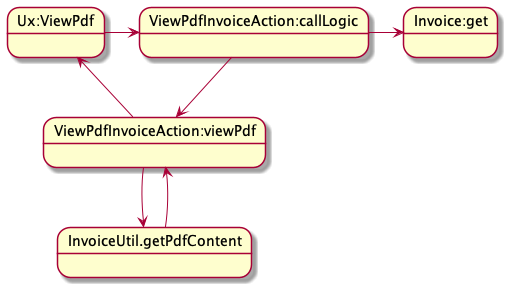
The PlantUML diagram Hubble-Project-Notes/images/04-invoice-pdf-generation.png in cb-manick/hubble, before a commit.
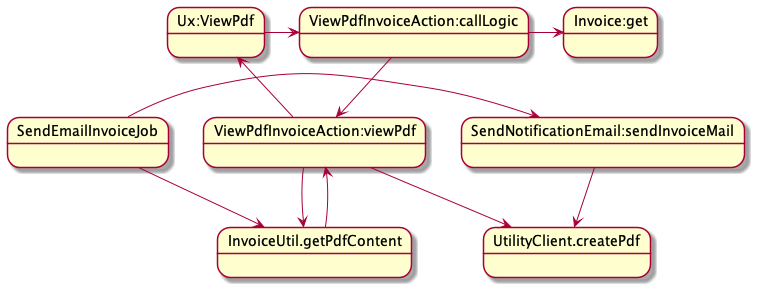
Later version of the same file.

Diff of the diagram source:
```diff
@@ -1,8 +1,14 @@
 @startuml
 Ux:ViewPdf -> ViewPdfInvoiceAction:callLogic
+
 ViewPdfInvoiceAction:callLogic -> Invoice:get
 ViewPdfInvoiceAction:callLogic -> ViewPdfInvoiceAction:viewPdf
 ViewPdfInvoiceAction:viewPdf -> InvoiceUtil.getPdfContent
 InvoiceUtil.getPdfContent --> ViewPdfInvoiceAction:viewPdf
+ViewPdfInvoiceAction:viewPdf --> UtilityClient.createPdf
 ViewPdfInvoiceAction:viewPdf --> Ux:ViewPdf
+SendEmailInvoiceJob -> InvoiceUtil.getPdfContent
+SendEmailInvoiceJob -> SendNotificationEmail:sendInvoiceMail
+SendNotificationEmail:sendInvoiceMail --> UtilityClient.createPdf
+
 @enduml
```
